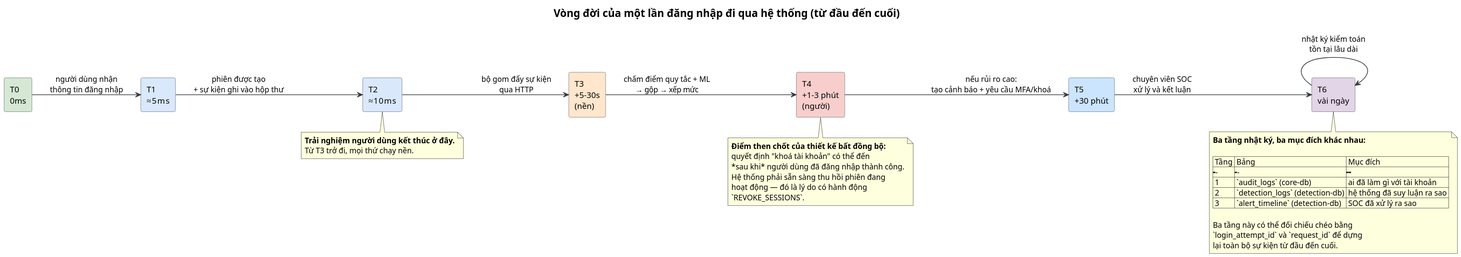
Albert-Tuan/sentinel-auth keeps this PlantUML diagram as docs/diagrams/v3.3-detect/13-vong-doi-mot-lan-dang-nhap.svg. Above is the earlier version. Its diagram source:
```plantuml
@startuml
skinparam backgroundColor #FFFFFF
skinparam shadowing false
skinparam defaultFontName Sans
skinparam rectangle {
  BackgroundColor #F8F9FA
  BorderColor #495057
}
skinparam ArrowColor #343A40
skinparam ArrowThickness 1.2
skinparam titleFontSize 18

title Vòng đời của một lần đăng nhập đi qua hệ thống (từ đầu đến cuối)

left to right direction

rectangle "T0\n0ms" as T0 #D5E8D4
rectangle "T1\n≈5ms" as T1 #DAE8FC
rectangle "T2\n≈10ms" as T2 #DAE8FC
rectangle "T3\n+5-30s\n(nền)" as T3 #FFE6CC
rectangle "T4\n+1-3 phút\n(người)" as T4 #F8CECC
rectangle "T5\n+30 phút" as T5 #CCE5FF
rectangle "T6\nvài ngày" as T6 #E1D5E7

T0 --> T1 : người dùng nhận\nthông tin đăng nhập
T1 --> T2 : phiên được tạo\n+ sự kiện ghi vào hộp thư
T2 --> T3 : bộ gom đẩy sự kiện\nqua HTTP
T3 --> T4 : chấm điểm quy tắc + ML\n→ gộp → xếp mức
T4 --> T5 : nếu rủi ro cao:\ntạo cảnh báo + yêu cầu MFA/khoá
T5 --> T6 : chuyên viên SOC\nxử lý và kết luận
T6 --> T6 : nhật ký kiểm toán\ntồn tại lâu dài

note bottom of T2
  **Trải nghiệm người dùng kết thúc ở đây.**
  Từ T3 trở đi, mọi thứ chạy nền.
end note

note bottom of T4
  **Điểm then chốt của thiết kế bất đồng bộ:**
  quyết định "khoá tài khoản" có thể đến
  *sau khi* người dùng đã đăng nhập thành công.
  Hệ thống phải sẵn sàng thu hồi phiên đang
  hoạt động — đó là lý do có hành động
  `REVOKE_SESSIONS`.
end note

note bottom of T6
  **Ba tầng nhật ký, ba mục đích khác nhau:**

  | Tầng | Bảng | Mục đích |
  |------|------|----------|
  | 1 | `audit_logs` (core-db) | ai đã làm gì với tài khoản |
  | 2 | `detection_logs` (detection-db) | hệ thống đã suy luận ra sao |
  | 3 | `alert_timeline` (detection-db) | SOC đã xử lý ra sao |

  Ba tầng này có thể đối chiếu chéo bằng
  `login_attempt_id` và `request_id` để dựng
  lại toàn bộ sự kiện từ đầu đến cuối.
end note
@enduml
```
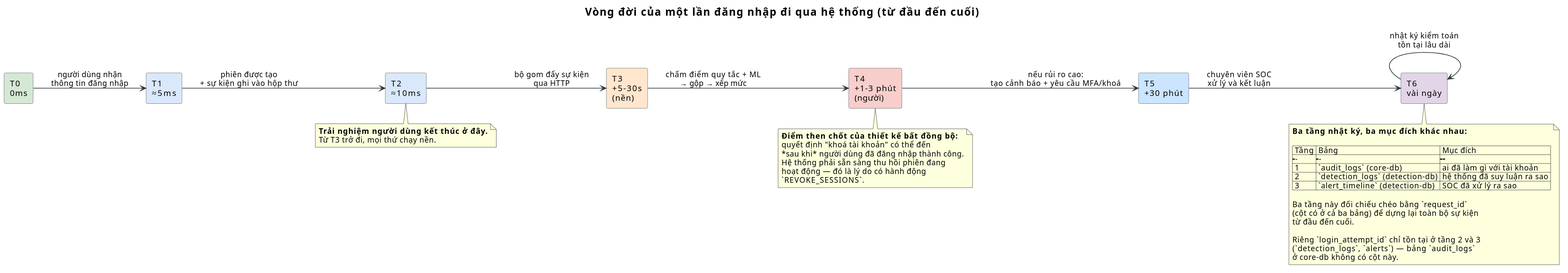
After the change.

The edit, as a diff of the source:
```diff
@@ -53,8 +53,12 @@
   | 2 | `detection_logs` (detection-db) | hệ thống đã suy luận ra sao |
   | 3 | `alert_timeline` (detection-db) | SOC đã xử lý ra sao |
 
-  Ba tầng này có thể đối chiếu chéo bằng
-  `login_attempt_id` và `request_id` để dựng
-  lại toàn bộ sự kiện từ đầu đến cuối.
+  Ba tầng này đối chiếu chéo bằng `request_id`
+  (cột có ở cả ba bảng) để dựng lại toàn bộ sự kiện
+  từ đầu đến cuối.
+
+  Riêng `login_attempt_id` chỉ tồn tại ở tầng 2 và 3
+  (`detection_logs`, `alerts`) — bảng `audit_logs`
+  ở core-db không có cột này.
 end note
 @enduml
```
